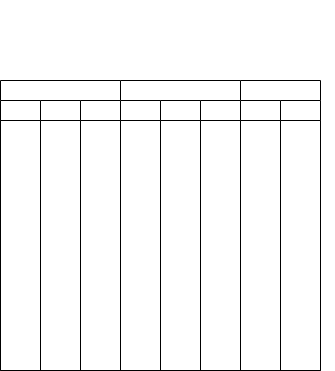
Before: Homework2/Homework2.1.drawio.png, a diagram exported from draw.io (GeorgeSaltykov/Informatics). Source tidied: cells renumbered, new cells last; positions are measured from the earlier drawing's top-left corner, leaving out a move shared by most shapes.
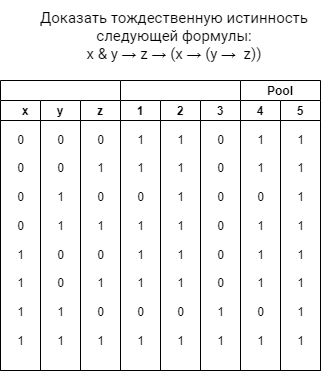
Later version of the same file.

Commit message:
Fix color font in Homework2.1

The edit, as a diff of the source:
```diff
@@ -2,64 +2,64 @@
   <root>
     <mxCell id="0" />
     <mxCell id="1" parent="0" />
-    <mxCell id="2" value="&lt;p style=&quot;box-sizing: border-box ; margin: 0px ; font-family: &amp;#34;roboto&amp;#34; , &amp;#34;san francisco&amp;#34; , &amp;#34;helvetica neue&amp;#34; , &amp;#34;helvetica&amp;#34; , &amp;#34;arial&amp;#34; ; font-size: 15px&quot;&gt;&lt;font color=&quot;#ffffff&quot;&gt;Доказать тождественную истинность следующей формулы:&lt;/font&gt;&lt;/p&gt;&lt;p style=&quot;box-sizing: border-box ; margin: 0px ; font-family: &amp;#34;roboto&amp;#34; , &amp;#34;san francisco&amp;#34; , &amp;#34;helvetica neue&amp;#34; , &amp;#34;helvetica&amp;#34; , &amp;#34;arial&amp;#34; ; font-size: 15px&quot;&gt;&lt;font color=&quot;#ffffff&quot;&gt;x &amp;amp; y → z → (x → (y → &amp;nbsp;z))&lt;/font&gt;&lt;/p&gt;" style="text;html=1;strokeColor=none;fillColor=none;align=center;verticalAlign=middle;whiteSpace=wrap;rounded=0;" parent="1" vertex="1">
+    <mxCell id="2" value="&lt;p style=&quot;box-sizing: border-box ; margin: 0px ; font-family: &amp;quot;roboto&amp;quot; , &amp;quot;san francisco&amp;quot; , &amp;quot;helvetica neue&amp;quot; , &amp;quot;helvetica&amp;quot; , &amp;quot;arial&amp;quot; ; font-size: 15px&quot;&gt;&lt;font&gt;Доказать тождественную истинность следующей формулы:&lt;/font&gt;&lt;/p&gt;&lt;p style=&quot;box-sizing: border-box ; margin: 0px ; font-family: &amp;quot;roboto&amp;quot; , &amp;quot;san francisco&amp;quot; , &amp;quot;helvetica neue&amp;quot; , &amp;quot;helvetica&amp;quot; , &amp;quot;arial&amp;quot; ; font-size: 15px&quot;&gt;&lt;font&gt;x &amp;amp; y → z → (x → (y → &amp;nbsp;z))&lt;/font&gt;&lt;/p&gt;" style="text;html=1;strokeColor=none;fillColor=none;align=center;verticalAlign=middle;whiteSpace=wrap;rounded=0;fontColor=#000000;" parent="1" vertex="1">
       <mxGeometry x="14" width="320" height="70" as="geometry" />
     </mxCell>
-    <mxCell id="3" style="swimlane;startSize=20;labelBackgroundColor=none;fontColor=#FFFFFF;" parent="1" vertex="1">
+    <mxCell id="3" style="swimlane;startSize=20;labelBackgroundColor=none;fontColor=#000000;" parent="1" vertex="1">
       <mxGeometry y="80" width="120" height="290" as="geometry" />
     </mxCell>
-    <mxCell id="4" value="   x" style="swimlane;startSize=20;labelBackgroundColor=none;fontColor=#FFFFFF;" parent="3" vertex="1">
+    <mxCell id="4" value="   x" style="swimlane;startSize=20;labelBackgroundColor=none;fontColor=#000000;" parent="3" vertex="1">
       <mxGeometry y="20" width="40" height="270" as="geometry" />
     </mxCell>
-    <mxCell id="5" value="0&lt;br&gt;&lt;br&gt;0&lt;br&gt;&lt;br&gt;0&lt;br&gt;&lt;br&gt;0&lt;br&gt;&lt;br&gt;1&lt;br&gt;&lt;br&gt;1&lt;br&gt;&lt;br&gt;1&lt;br&gt;&lt;br&gt;1" style="text;html=1;align=center;verticalAlign=middle;strokeColor=none;fillColor=none;fontColor=#FFFFFF;" parent="4" vertex="1">
+    <mxCell id="5" value="0&lt;br&gt;&lt;br&gt;0&lt;br&gt;&lt;br&gt;0&lt;br&gt;&lt;br&gt;0&lt;br&gt;&lt;br&gt;1&lt;br&gt;&lt;br&gt;1&lt;br&gt;&lt;br&gt;1&lt;br&gt;&lt;br&gt;1" style="text;html=1;align=center;verticalAlign=middle;strokeColor=none;fillColor=none;fontColor=#000000;" parent="4" vertex="1">
       <mxGeometry x="10" y="30" width="20" height="220" as="geometry" />
     </mxCell>
-    <mxCell id="6" value="y" style="swimlane;startSize=20;labelBackgroundColor=none;fontColor=#FFFFFF;" parent="3" vertex="1">
+    <mxCell id="6" value="y" style="swimlane;startSize=20;labelBackgroundColor=none;fontColor=#000000;" parent="3" vertex="1">
       <mxGeometry x="40" y="20" width="40" height="270" as="geometry" />
     </mxCell>
-    <mxCell id="7" value="0&lt;br&gt;&lt;br&gt;0&lt;br&gt;&lt;br&gt;1&lt;br&gt;&lt;br&gt;1&lt;br&gt;&lt;br&gt;0&lt;br&gt;&lt;br&gt;0&lt;br&gt;&lt;br&gt;1&lt;br&gt;&lt;br&gt;1" style="text;html=1;align=center;verticalAlign=middle;strokeColor=none;fillColor=none;fontColor=#FFFFFF;" parent="6" vertex="1">
+    <mxCell id="7" value="0&lt;br&gt;&lt;br&gt;0&lt;br&gt;&lt;br&gt;1&lt;br&gt;&lt;br&gt;1&lt;br&gt;&lt;br&gt;0&lt;br&gt;&lt;br&gt;0&lt;br&gt;&lt;br&gt;1&lt;br&gt;&lt;br&gt;1" style="text;html=1;align=center;verticalAlign=middle;strokeColor=none;fillColor=none;fontColor=#000000;" parent="6" vertex="1">
       <mxGeometry x="10" y="30" width="20" height="220" as="geometry" />
     </mxCell>
-    <mxCell id="8" value="z" style="swimlane;startSize=20;labelBackgroundColor=none;fontColor=#FFFFFF;" parent="3" vertex="1">
+    <mxCell id="8" value="z" style="swimlane;startSize=20;labelBackgroundColor=none;fontColor=#000000;" parent="3" vertex="1">
       <mxGeometry x="80" y="20" width="40" height="270" as="geometry" />
     </mxCell>
-    <mxCell id="9" value="0&lt;br&gt;&lt;br&gt;1&lt;br&gt;&lt;br&gt;0&lt;br&gt;&lt;br&gt;1&lt;br&gt;&lt;br&gt;0&lt;br&gt;&lt;br&gt;1&lt;br&gt;&lt;br&gt;0&lt;br&gt;&lt;br&gt;1" style="text;html=1;align=center;verticalAlign=middle;strokeColor=none;fillColor=none;fontColor=#FFFFFF;" parent="8" vertex="1">
+    <mxCell id="9" value="0&lt;br&gt;&lt;br&gt;1&lt;br&gt;&lt;br&gt;0&lt;br&gt;&lt;br&gt;1&lt;br&gt;&lt;br&gt;0&lt;br&gt;&lt;br&gt;1&lt;br&gt;&lt;br&gt;0&lt;br&gt;&lt;br&gt;1" style="text;html=1;align=center;verticalAlign=middle;strokeColor=none;fillColor=none;fontColor=#000000;" parent="8" vertex="1">
       <mxGeometry x="10" y="30" width="20" height="220" as="geometry" />
     </mxCell>
-    <mxCell id="10" style="swimlane;startSize=20;labelBackgroundColor=none;fontColor=#FFFFFF;" parent="1" vertex="1">
+    <mxCell id="10" style="swimlane;startSize=20;labelBackgroundColor=none;fontColor=#000000;" parent="1" vertex="1">
       <mxGeometry x="120" y="80" width="120" height="290" as="geometry" />
     </mxCell>
-    <mxCell id="11" value="1" style="swimlane;startSize=20;labelBackgroundColor=none;fontColor=#FFFFFF;" parent="10" vertex="1">
+    <mxCell id="11" value="1" style="swimlane;startSize=20;labelBackgroundColor=none;fontColor=#000000;" parent="10" vertex="1">
       <mxGeometry y="20" width="40" height="270" as="geometry" />
     </mxCell>
-    <mxCell id="12" value="1&lt;br&gt;&lt;br&gt;1&lt;br&gt;&lt;br&gt;0&lt;br&gt;&lt;br&gt;1&lt;br&gt;&lt;br&gt;1&lt;br&gt;&lt;br&gt;1&lt;br&gt;&lt;br&gt;0&lt;br&gt;&lt;br&gt;1" style="text;html=1;align=center;verticalAlign=middle;strokeColor=none;fillColor=none;fontColor=#FFFFFF;" parent="11" vertex="1">
+    <mxCell id="12" value="1&lt;br&gt;&lt;br&gt;1&lt;br&gt;&lt;br&gt;0&lt;br&gt;&lt;br&gt;1&lt;br&gt;&lt;br&gt;1&lt;br&gt;&lt;br&gt;1&lt;br&gt;&lt;br&gt;0&lt;br&gt;&lt;br&gt;1" style="text;html=1;align=center;verticalAlign=middle;strokeColor=none;fillColor=none;fontColor=#000000;" parent="11" vertex="1">
       <mxGeometry x="10" y="30" width="20" height="220" as="geometry" />
     </mxCell>
-    <mxCell id="13" value="2" style="swimlane;startSize=20;labelBackgroundColor=none;fontColor=#FFFFFF;" parent="10" vertex="1">
+    <mxCell id="13" value="2" style="swimlane;startSize=20;labelBackgroundColor=none;fontColor=#000000;" parent="10" vertex="1">
       <mxGeometry x="40" y="20" width="40" height="270" as="geometry" />
     </mxCell>
-    <mxCell id="14" value="1&lt;br&gt;&lt;br&gt;1&lt;br&gt;&lt;br&gt;1&lt;br&gt;&lt;br&gt;1&lt;br&gt;&lt;br&gt;1&lt;br&gt;&lt;br&gt;1&lt;br&gt;&lt;br&gt;0&lt;br&gt;&lt;br&gt;1" style="text;html=1;align=center;verticalAlign=middle;strokeColor=none;fillColor=none;fontColor=#FFFFFF;" parent="13" vertex="1">
+    <mxCell id="14" value="1&lt;br&gt;&lt;br&gt;1&lt;br&gt;&lt;br&gt;1&lt;br&gt;&lt;br&gt;1&lt;br&gt;&lt;br&gt;1&lt;br&gt;&lt;br&gt;1&lt;br&gt;&lt;br&gt;0&lt;br&gt;&lt;br&gt;1" style="text;html=1;align=center;verticalAlign=middle;strokeColor=none;fillColor=none;fontColor=#000000;" parent="13" vertex="1">
       <mxGeometry x="10" y="30" width="20" height="220" as="geometry" />
     </mxCell>
-    <mxCell id="15" value="3" style="swimlane;startSize=20;labelBackgroundColor=none;fontColor=#FFFFFF;" parent="10" vertex="1">
+    <mxCell id="15" value="3" style="swimlane;startSize=20;labelBackgroundColor=none;fontColor=#000000;" parent="10" vertex="1">
       <mxGeometry x="80" y="20" width="40" height="270" as="geometry" />
     </mxCell>
-    <mxCell id="16" value="0&lt;br&gt;&lt;br&gt;0&lt;br&gt;&lt;br&gt;0&lt;br&gt;&lt;br&gt;0&lt;br&gt;&lt;br&gt;0&lt;br&gt;&lt;br&gt;0&lt;br&gt;&lt;br&gt;1&lt;br&gt;&lt;br&gt;1" style="text;html=1;align=center;verticalAlign=middle;strokeColor=none;fillColor=none;fontColor=#FFFFFF;" parent="15" vertex="1">
+    <mxCell id="16" value="0&lt;br&gt;&lt;br&gt;0&lt;br&gt;&lt;br&gt;0&lt;br&gt;&lt;br&gt;0&lt;br&gt;&lt;br&gt;0&lt;br&gt;&lt;br&gt;0&lt;br&gt;&lt;br&gt;1&lt;br&gt;&lt;br&gt;1" style="text;html=1;align=center;verticalAlign=middle;strokeColor=none;fillColor=none;fontColor=#000000;" parent="15" vertex="1">
       <mxGeometry x="10" y="30" width="20" height="220" as="geometry" />
     </mxCell>
-    <mxCell id="17" value="Pool" style="swimlane;startSize=20;labelBackgroundColor=none;fontColor=#FFFFFF;" parent="1" vertex="1">
+    <mxCell id="17" value="Pool" style="swimlane;startSize=20;labelBackgroundColor=none;fontColor=#000000;" parent="1" vertex="1">
       <mxGeometry x="240" y="80" width="80" height="290" as="geometry" />
     </mxCell>
-    <mxCell id="18" value="4" style="swimlane;startSize=20;labelBackgroundColor=none;fontColor=#FFFFFF;" parent="17" vertex="1">
+    <mxCell id="18" value="4" style="swimlane;startSize=20;labelBackgroundColor=none;fontColor=#000000;" parent="17" vertex="1">
       <mxGeometry y="20" width="40" height="270" as="geometry" />
     </mxCell>
-    <mxCell id="19" value="1&lt;br&gt;&lt;br&gt;1&lt;br&gt;&lt;br&gt;0&lt;br&gt;&lt;br&gt;1&lt;br&gt;&lt;br&gt;1&lt;br&gt;&lt;br&gt;1&lt;br&gt;&lt;br&gt;0&lt;br&gt;&lt;br&gt;1" style="text;html=1;align=center;verticalAlign=middle;strokeColor=none;fillColor=none;fontColor=#FFFFFF;" parent="18" vertex="1">
+    <mxCell id="19" value="1&lt;br&gt;&lt;br&gt;1&lt;br&gt;&lt;br&gt;0&lt;br&gt;&lt;br&gt;1&lt;br&gt;&lt;br&gt;1&lt;br&gt;&lt;br&gt;1&lt;br&gt;&lt;br&gt;0&lt;br&gt;&lt;br&gt;1" style="text;html=1;align=center;verticalAlign=middle;strokeColor=none;fillColor=none;fontColor=#000000;" parent="18" vertex="1">
       <mxGeometry x="10" y="30" width="20" height="220" as="geometry" />
     </mxCell>
-    <mxCell id="20" value="5" style="swimlane;startSize=20;labelBackgroundColor=none;fontColor=#FFFFFF;" parent="17" vertex="1">
+    <mxCell id="20" value="5" style="swimlane;startSize=20;labelBackgroundColor=none;fontColor=#000000;" parent="17" vertex="1">
       <mxGeometry x="40" y="20" width="40" height="270" as="geometry" />
     </mxCell>
-    <mxCell id="21" value="1&lt;br&gt;&lt;br&gt;1&lt;br&gt;&lt;br&gt;1&lt;br&gt;&lt;br&gt;1&lt;br&gt;&lt;br&gt;1&lt;br&gt;&lt;br&gt;1&lt;br&gt;&lt;br&gt;1&lt;br&gt;&lt;br&gt;1" style="text;html=1;align=center;verticalAlign=middle;strokeColor=none;fillColor=none;fontColor=#FFFFFF;" parent="20" vertex="1">
+    <mxCell id="21" value="1&lt;br&gt;&lt;br&gt;1&lt;br&gt;&lt;br&gt;1&lt;br&gt;&lt;br&gt;1&lt;br&gt;&lt;br&gt;1&lt;br&gt;&lt;br&gt;1&lt;br&gt;&lt;br&gt;1&lt;br&gt;&lt;br&gt;1" style="text;html=1;align=center;verticalAlign=middle;strokeColor=none;fillColor=none;fontColor=#000000;" parent="20" vertex="1">
       <mxGeometry x="10" y="30" width="20" height="220" as="geometry" />
     </mxCell>
   </root>
```
